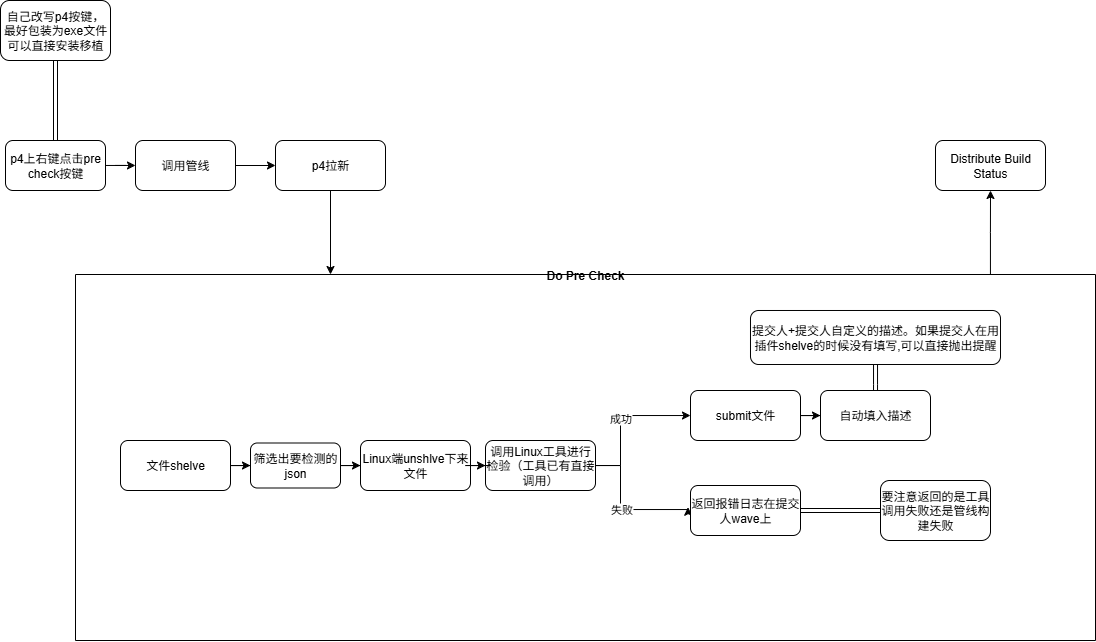
This is June/编辑器数值前验.drawio.png from xuhe01/learning-notes, a draw.io export, as it was before one commit. Source tidied: cells renumbered, new cells last; positions are measured from the earlier drawing's top-left corner, leaving out a move shared by most shapes.
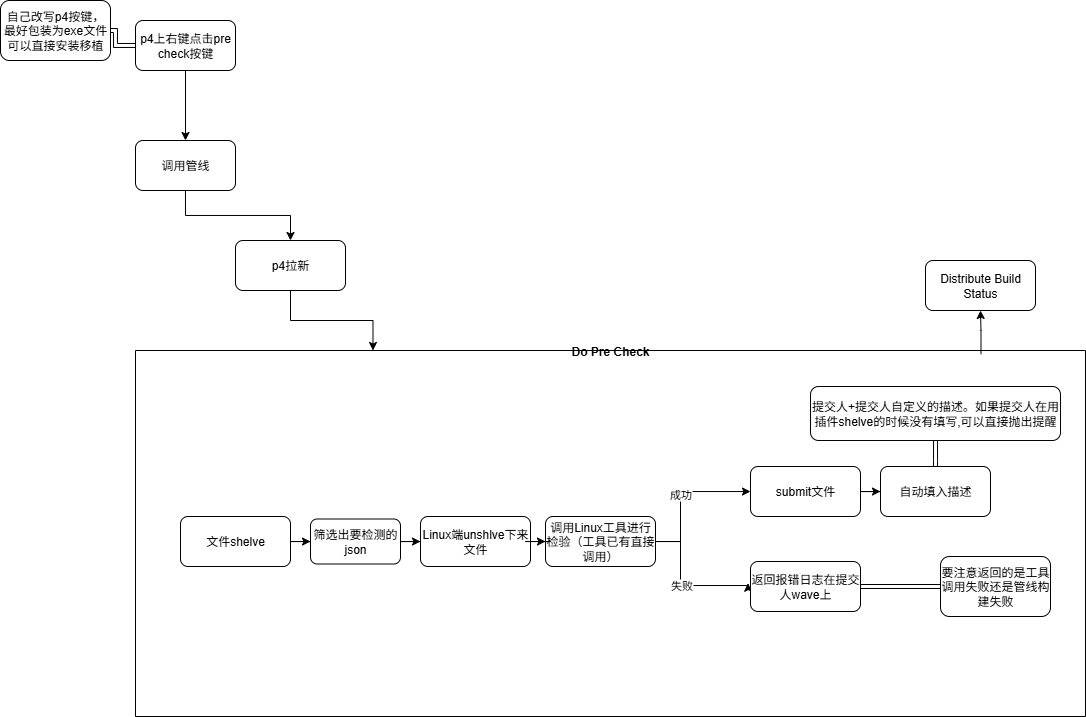
The same diagram one commit later.

Commit message:
更新编辑器数值前验.png

What changed in the source:
```diff
@@ -9,7 +9,7 @@
       <mxGeometry relative="1" as="geometry" />
     </mxCell>
     <mxCell id="4" value="p4上右键点击pre check按键" style="rounded=1;whiteSpace=wrap;html=1;" parent="1" vertex="1">
-      <mxGeometry x="5" y="140" width="100" height="50" as="geometry" />
+      <mxGeometry x="135" y="20" width="100" height="50" as="geometry" />
     </mxCell>
     <mxCell id="5" style="edgeStyle=orthogonalEdgeStyle;rounded=0;jettySize=auto;html=1;" parent="1" edge="1" source="6" target="8">
       <mxGeometry relative="1" as="geometry" />
@@ -21,16 +21,16 @@
       <mxGeometry relative="1" as="geometry" />
     </mxCell>
     <mxCell id="8" value="p4拉新" style="rounded=1;whiteSpace=wrap;html=1;direction=west;" parent="1" vertex="1">
-      <mxGeometry x="275" y="140" width="110" height="50" as="geometry" />
+      <mxGeometry x="235" y="240" width="110" height="50" as="geometry" />
     </mxCell>
     <mxCell id="9" value="自己改写p4按键，最好包装为exe文件可以直接安装移植" style="rounded=1;whiteSpace=wrap;html=1;" parent="1" vertex="1">
       <mxGeometry width="110" height="60" as="geometry" />
     </mxCell>
     <mxCell id="10" value="Distribute Build Status" style="rounded=1;whiteSpace=wrap;html=1;direction=west;" parent="1" vertex="1">
-      <mxGeometry x="935" y="140" width="110" height="50" as="geometry" />
+      <mxGeometry x="925" y="260" width="110" height="50" as="geometry" />
     </mxCell>
     <mxCell id="11" value="Do Pre Check" style="swimlane;startSize=0;" parent="1" vertex="1">
-      <mxGeometry x="75" y="274" width="1020" height="366" as="geometry" />
+      <mxGeometry x="135" y="350" width="950" height="366" as="geometry" />
     </mxCell>
     <mxCell id="12" value="失败" style="edgeStyle=orthogonalEdgeStyle;rounded=0;jettySize=auto;html=1;entryX=1.023;entryY=0.566;entryDx=0;entryDy=0;entryPerimeter=0;" parent="11" edge="1" source="25" target="15">
       <mxGeometry relative="1" as="geometry">
@@ -94,7 +94,7 @@
     <mxCell id="28" value="&lt;span style=&quot;text-decoration-thickness: 1px; text-underline-offset: 0.134em;&quot; class=&quot;hyw-richtext-text&quot; data-v-ceb6e0d8=&quot;&quot; data-v-2bd624a7=&quot;&quot;&gt;提交人+提交人自定义的描述。&lt;/span&gt;&lt;wbr class=&quot;hoyowave&quot;&gt;&lt;span style=&quot;text-decoration-thickness: 1px; text-underline-offset: 0.134em;&quot; class=&quot;hyw-richtext-text&quot; data-v-ceb6e0d8=&quot;&quot; data-v-2bd624a7=&quot;&quot;&gt;如果提交人在用插件shelve的时候没有填写,可以直接抛出提醒&lt;/span&gt;&lt;wbr class=&quot;hoyowave&quot;&gt;" style="whiteSpace=wrap;html=1;rounded=1;" parent="11" vertex="1">
       <mxGeometry x="675" y="36" width="250" height="54" as="geometry" />
     </mxCell>
-    <mxCell id="29" style="edgeStyle=orthogonalEdgeStyle;rounded=0;jettySize=auto;html=1;exitX=0.897;exitY=0;exitDx=0;exitDy=0;exitPerimeter=0;" parent="1" edge="1" source="11" target="10">
+    <mxCell id="29" style="edgeStyle=orthogonalEdgeStyle;rounded=0;jettySize=auto;html=1;exitX=0.89;exitY=0.01;exitDx=0;exitDy=0;exitPerimeter=0;" parent="1" edge="1" source="11" target="10">
       <mxGeometry relative="1" as="geometry" />
     </mxCell>
   </root>
```
